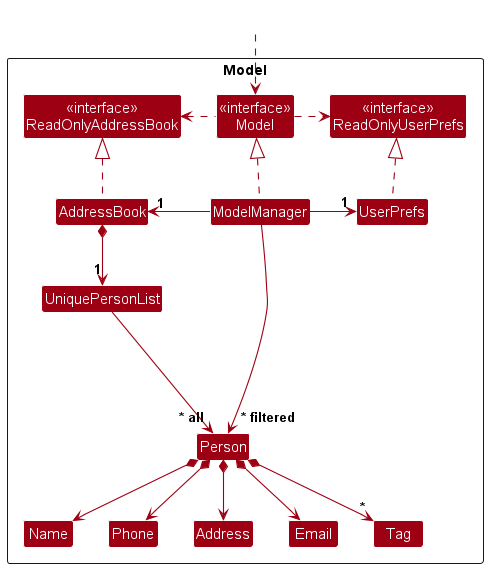
nus-cs2103-AY2425S1/tp keeps this PlantUML diagram as docs/images/ModelClassDiagram.png. Above is the earlier version.
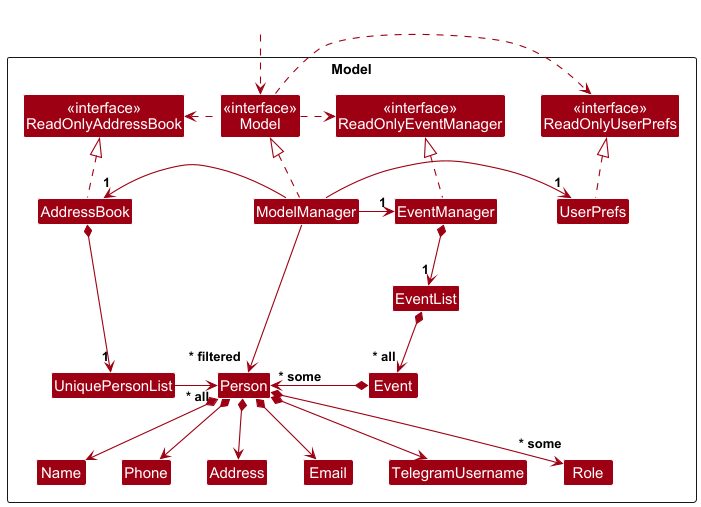
Above is the later version.

Commit message:
Update model UML diagram and description in DG

Diff of the diagram source:
```diff
@@ -7,10 +7,15 @@
 Package Model as ModelPackage <<Rectangle>>{
 Class "<<interface>>\nReadOnlyAddressBook" as ReadOnlyAddressBook
 Class "<<interface>>\nReadOnlyUserPrefs" as ReadOnlyUserPrefs
+Class "<<interface>>\nReadOnlyEventManager" as ReadOnlyEventManager
 Class "<<interface>>\nModel" as Model
 Class AddressBook
 Class ModelManager
 Class UserPrefs
+Class EventManager
+
+Class EventList
+Class Event
 
 Class UniquePersonList
 Class Person
@@ -18,7 +23,8 @@
 Class Email
 Class Name
 Class Phone
-Class Tag
+Class TelegramUsername
+Class Role
 
 Class I #FFFFFF
 }
@@ -27,28 +33,38 @@
 HiddenOutside ..> Model
 
 AddressBook .up.|> ReadOnlyAddressBook
+EventManager .up.|> ReadOnlyEventManager
+EventManager *--> "1" EventList
 
 ModelManager .up.|> Model
+
 Model .right.> ReadOnlyUserPrefs
 Model .left.> ReadOnlyAddressBook
+Model .right.> ReadOnlyEventManager
+
 ModelManager -left-> "1" AddressBook
+ModelManager -right-> "1" EventManager
 ModelManager -right-> "1" UserPrefs
 UserPrefs .up.|> ReadOnlyUserPrefs
 
-AddressBook *--> "1" UniquePersonList
-UniquePersonList --> "~* all" Person
+AddressBook *---> "1" UniquePersonList
+UniquePersonList -> "~* all" Person
 Person *--> Name
 Person *--> Phone
 Person *--> Email
 Person *--> Address
-Person *--> "*" Tag
+Person *--> TelegramUsername
+Person *--> "~* some" Role
 
 Person -[hidden]up--> I
-UniquePersonList -[hidden]right-> I
 
 Name -[hidden]right-> Phone
 Phone -[hidden]right-> Address
 Address -[hidden]right-> Email
+Email -[hidden]right-> TelegramUsername
 
 ModelManager --> "~* filtered" Person
+
+EventList *--> "~* all" Event
+Event *-left-> "~* some" Person
 @enduml
```
